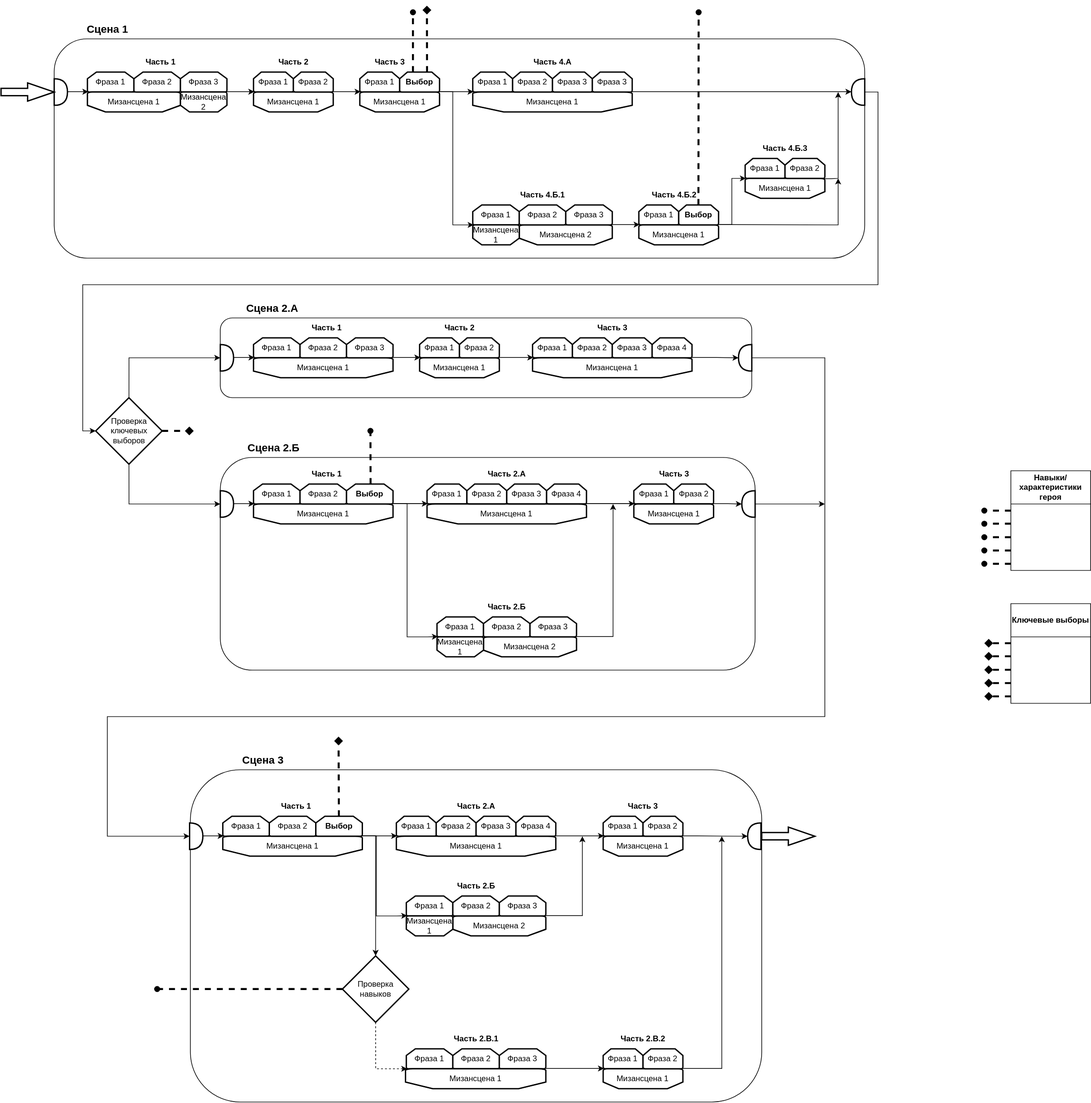
mark3317/novel-game keeps this draw.io diagram as story_structure.svg. Above is the earlier version. Source tidied: cells renumbered, new cells last; positions are measured from the earlier drawing's top-left corner, leaving out a move shared by most shapes.
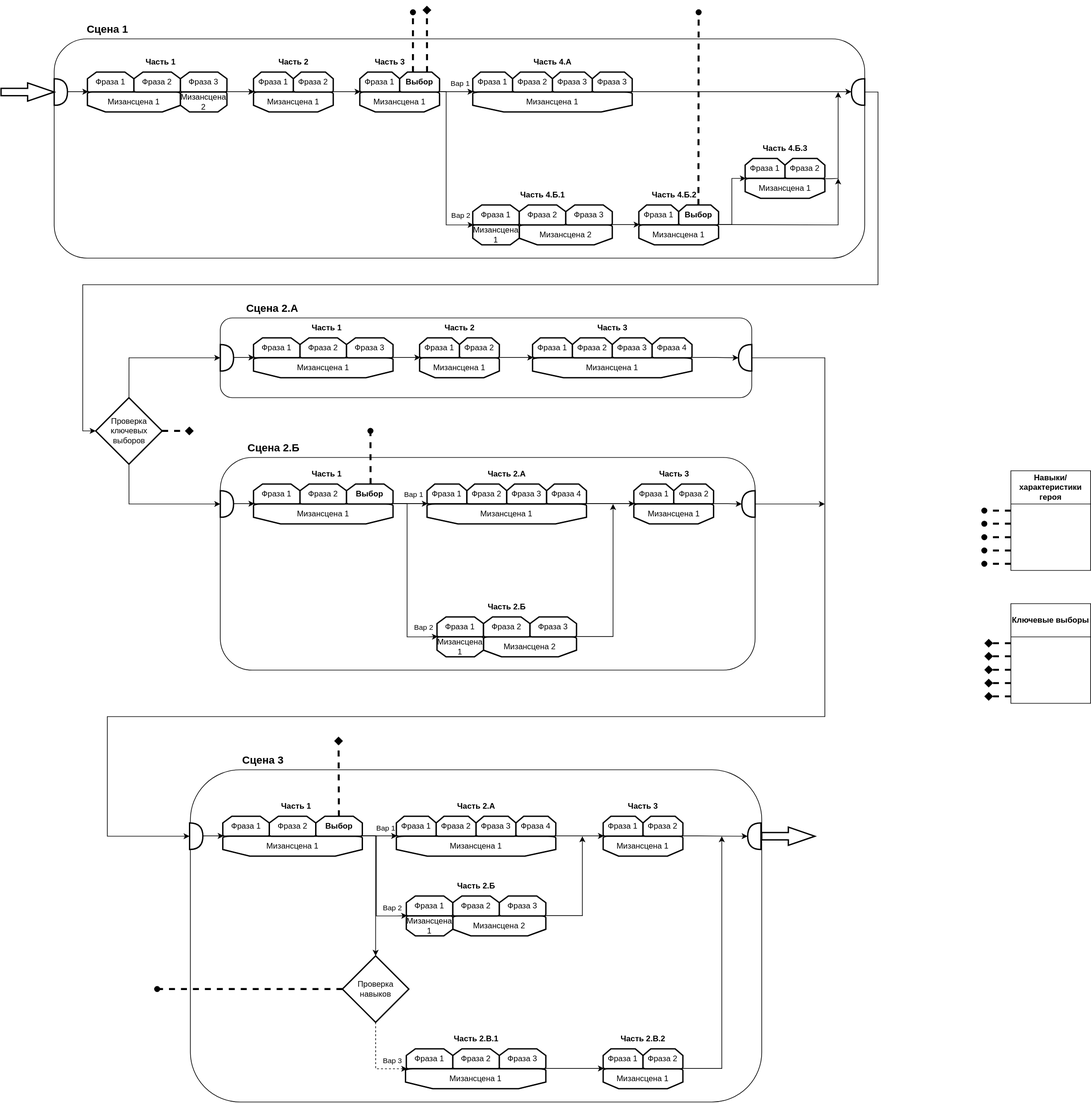
After the commit.

Commit message:
feat: диаграмма структура сюжета

Diff of the diagram source:
```diff
@@ -116,11 +116,16 @@
         </Array>
       </mxGeometry>
     </mxCell>
+    <mxCell id="176" value="Вар 1" style="edgeLabel;html=1;align=center;verticalAlign=middle;" parent="34" vertex="1">
+      <mxGeometry x="0.06" y="1" relative="1" as="geometry">
+        <mxPoint x="4" y="-12" as="offset" />
+      </mxGeometry>
+    </mxCell>
     <mxCell id="35" style="edgeStyle=orthogonalEdgeStyle;rounded=0;jettySize=auto;html=1;exitX=0.98;exitY=0.985;exitDx=0;exitDy=0;exitPerimeter=0;entryX=0.02;entryY=0.985;entryDx=0;entryDy=0;entryPerimeter=0;" parent="1" edge="1" source="18" target="29">
       <mxGeometry relative="1" as="geometry">
         <Array as="points">
-          <mxPoint x="680" y="130" />
-          <mxPoint x="680" y="330" />
+          <mxPoint x="670" y="130" />
+          <mxPoint x="670" y="330" />
           <mxPoint x="711" y="330" />
         </Array>
       </mxGeometry>
@@ -743,5 +748,29 @@
     <mxCell id="175" style="verticalLabelPosition=bottom;verticalAlign=top;html=1;strokeWidth=2;shape=mxgraph.arrows2.arrow;dy=0.6;dx=40;notch=0;" parent="1" vertex="1">
       <mxGeometry x="1145" y="1236.2" width="80" height="27.5" as="geometry" />
     </mxCell>
+    <mxCell id="177" value="Вар 2" style="edgeLabel;html=1;align=center;verticalAlign=middle;" parent="1" vertex="1">
+      <mxGeometry x="691.2" y="315" as="geometry" />
+    </mxCell>
+    <mxCell id="178" value="Вар 1" style="edgeLabel;html=1;align=center;verticalAlign=middle;" parent="1" vertex="1">
+      <mxGeometry x="620" y="735" as="geometry" />
+    </mxCell>
+    <mxCell id="179" value="Вар 2" style="edgeLabel;html=1;align=center;verticalAlign=middle;" parent="1" vertex="1">
+      <mxGeometry x="635" y="935" as="geometry" />
+    </mxCell>
+    <mxCell id="180" value="Вар 1" style="edgeLabel;html=1;align=center;verticalAlign=middle;" parent="1" vertex="1">
+      <mxGeometry x="585" y="1230" as="geometry">
+        <mxPoint x="-7" y="7" as="offset" />
+      </mxGeometry>
+    </mxCell>
+    <mxCell id="181" value="Вар 2" style="edgeLabel;html=1;align=center;verticalAlign=middle;" parent="1" vertex="1">
+      <mxGeometry x="595" y="1350" as="geometry">
+        <mxPoint x="-7" y="7" as="offset" />
+      </mxGeometry>
+    </mxCell>
+    <mxCell id="182" value="Вар 3" style="edgeLabel;html=1;align=center;verticalAlign=middle;" parent="1" vertex="1">
+      <mxGeometry x="595" y="1580" as="geometry">
+        <mxPoint x="-7" y="7" as="offset" />
+      </mxGeometry>
+    </mxCell>
   </root>
 </mxGraphModel>
```
